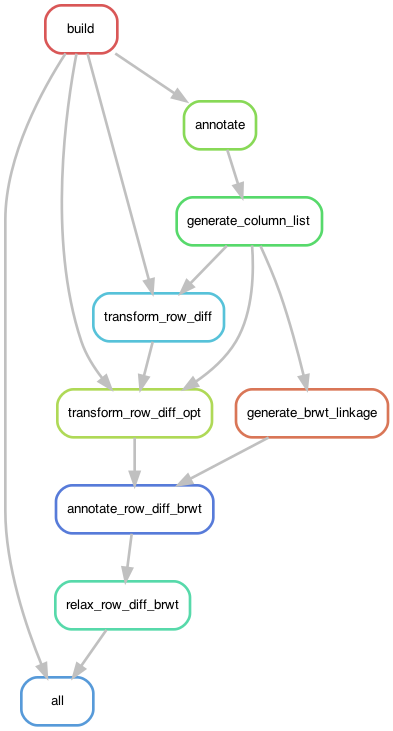
Before: metagraph/api/python/workflows/rule_graph.png, a diagram exported from Graphviz (ratschlab/metagraph). Its source is kept beside it as metagraph/api/python/workflows/rule_graph.dot. The source it was exported from:
```dot
digraph snakemake_dag {
    graph[bgcolor=white, margin=0];
    node[shape=box, style=rounded, fontname=sans,                 fontsize=10, penwidth=2];
    edge[penwidth=2, color=grey];
	0[label = "all", color = "0.58 0.6 0.85", style="rounded"];
	1[label = "build", color = "0.00 0.6 0.85", style="rounded"];
	2[label = "relax_row_diff_brwt", color = "0.44 0.6 0.85", style="rounded"];
	3[label = "annotate_row_diff_brwt", color = "0.62 0.6 0.85", style="rounded"];
	4[label = "transform_row_diff_opt", color = "0.22 0.6 0.85", style="rounded"];
	5[label = "generate_column_list", color = "0.36 0.6 0.85", style="rounded"];
	6[label = "annotate", color = "0.27 0.6 0.85", style="rounded"];
	7[label = "transform_row_diff", color = "0.53 0.6 0.85", style="rounded"];
	8[label = "generate_brwt_linkage", color = "0.04 0.6 0.85", style="rounded"];
	1 -> 0
	2 -> 0
	3 -> 2
	4 -> 3
	8 -> 3
	1 -> 4
	5 -> 4
	7 -> 4
	6 -> 5
	1 -> 6
	1 -> 7
	5 -> 7
	5 -> 8
}
```
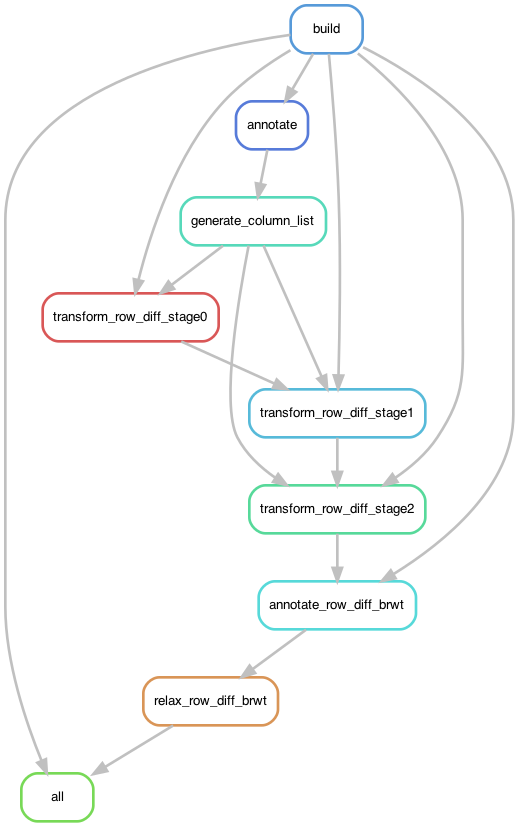
Above is the later version.

Commit message:
tweaking snakemake workflow for row diff 2.0

Change to the diagram source:
```diff
@@ -2,20 +2,20 @@
     graph[bgcolor=white, margin=0];
     node[shape=box, style=rounded, fontname=sans,                 fontsize=10, penwidth=2];
     edge[penwidth=2, color=grey];
-	0[label = "all", color = "0.58 0.6 0.85", style="rounded"];
-	1[label = "build", color = "0.00 0.6 0.85", style="rounded"];
-	2[label = "relax_row_diff_brwt", color = "0.44 0.6 0.85", style="rounded"];
-	3[label = "annotate_row_diff_brwt", color = "0.62 0.6 0.85", style="rounded"];
-	4[label = "transform_row_diff_opt", color = "0.22 0.6 0.85", style="rounded"];
-	5[label = "generate_column_list", color = "0.36 0.6 0.85", style="rounded"];
-	6[label = "annotate", color = "0.27 0.6 0.85", style="rounded"];
-	7[label = "transform_row_diff", color = "0.53 0.6 0.85", style="rounded"];
-	8[label = "generate_brwt_linkage", color = "0.04 0.6 0.85", style="rounded"];
+	0[label = "all", color = "0.29 0.6 0.85", style="rounded"];
+	1[label = "build", color = "0.58 0.6 0.85", style="rounded"];
+	2[label = "relax_row_diff_brwt", color = "0.08 0.6 0.85", style="rounded"];
+	3[label = "annotate_row_diff_brwt", color = "0.50 0.6 0.85", style="rounded"];
+	4[label = "transform_row_diff_stage2", color = "0.42 0.6 0.85", style="rounded"];
+	5[label = "generate_column_list", color = "0.46 0.6 0.85", style="rounded"];
+	6[label = "annotate", color = "0.62 0.6 0.85", style="rounded"];
+	7[label = "transform_row_diff_stage1", color = "0.54 0.6 0.85", style="rounded"];
+	8[label = "transform_row_diff_stage0", color = "0.00 0.6 0.85", style="rounded"];
 	1 -> 0
 	2 -> 0
 	3 -> 2
 	4 -> 3
-	8 -> 3
+	1 -> 3
 	1 -> 4
 	5 -> 4
 	7 -> 4
@@ -23,5 +23,7 @@
 	1 -> 6
 	1 -> 7
 	5 -> 7
+	8 -> 7
+	1 -> 8
 	5 -> 8
 }
```
